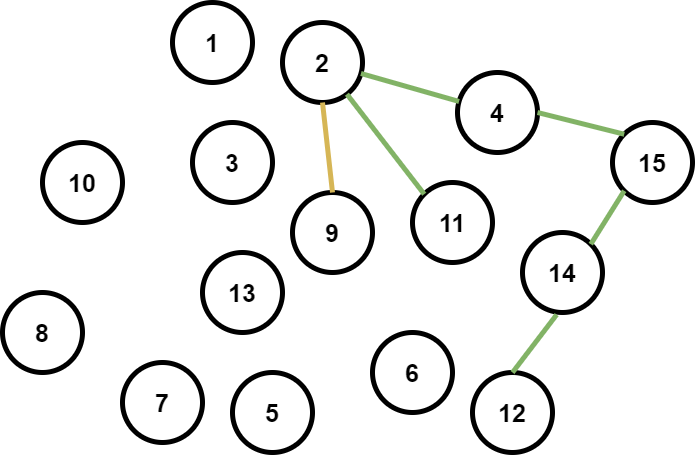
AED-IST-20-21/AirRoutes keeps this draw.io diagram as Relatório/images/15020D.png. Above is the earlier version. Source tidied: cells renumbered, new cells last; positions are measured from the earlier drawing's top-left corner, leaving out a move shared by most shapes. Its diagram source:
```xml
<mxGraphModel>
  <root>
    <mxCell id="0" />
    <mxCell id="1" parent="0" />
    <mxCell id="2" value="1" style="ellipse;whiteSpace=wrap;html=1;strokeWidth=5;fontSize=25;fontStyle=1;labelBorderColor=none;labelBackgroundColor=#FFFFFF;" parent="1" vertex="1">
      <mxGeometry x="170" width="80" height="80" as="geometry" />
    </mxCell>
    <mxCell id="3" value="3" style="ellipse;whiteSpace=wrap;html=1;strokeWidth=5;fontSize=25;fontStyle=1;labelBorderColor=none;labelBackgroundColor=#FFFFFF;" parent="1" vertex="1">
      <mxGeometry x="190" y="120" width="80" height="80" as="geometry" />
    </mxCell>
    <mxCell id="4" value="2" style="ellipse;whiteSpace=wrap;html=1;strokeWidth=5;fontSize=25;fontStyle=1;labelBorderColor=none;labelBackgroundColor=#FFFFFF;" parent="1" vertex="1">
      <mxGeometry x="280" y="20" width="80" height="80" as="geometry" />
    </mxCell>
    <mxCell id="5" value="4" style="ellipse;whiteSpace=wrap;html=1;strokeWidth=5;fontSize=25;fontStyle=1;labelBorderColor=none;labelBackgroundColor=#FFFFFF;" parent="1" vertex="1">
      <mxGeometry x="455" y="70" width="80" height="80" as="geometry" />
    </mxCell>
    <mxCell id="6" style="endArrow=none;html=1;strokeWidth=5;fontSize=25;fontStyle=1;labelBorderColor=none;labelBackgroundColor=#FFFFFF;fillColor=#d5e8d4;strokeColor=#82b366;" parent="1" edge="1" source="5" target="4">
      <mxGeometry relative="1" as="geometry" />
    </mxCell>
    <mxCell id="7" value="9" style="ellipse;whiteSpace=wrap;html=1;strokeWidth=5;fontSize=25;fontStyle=1;labelBorderColor=none;labelBackgroundColor=#FFFFFF;" parent="1" vertex="1">
      <mxGeometry x="290" y="190" width="80" height="80" as="geometry" />
    </mxCell>
    <mxCell id="8" value="11" style="ellipse;whiteSpace=wrap;html=1;strokeWidth=5;fontSize=25;fontStyle=1;labelBorderColor=none;labelBackgroundColor=#FFFFFF;" parent="1" vertex="1">
      <mxGeometry x="410" y="180" width="80" height="80" as="geometry" />
    </mxCell>
    <mxCell id="9" style="endArrow=none;html=1;exitX=0;exitY=0;exitDx=0;exitDy=0;strokeWidth=5;fontSize=25;fontStyle=1;labelBorderColor=none;labelBackgroundColor=#FFFFFF;fillColor=#d5e8d4;strokeColor=#82b366;" parent="1" edge="1" source="8" target="4">
      <mxGeometry relative="1" as="geometry" />
    </mxCell>
    <mxCell id="10" value="13" style="ellipse;whiteSpace=wrap;html=1;strokeWidth=5;fontSize=25;fontStyle=1;labelBorderColor=none;labelBackgroundColor=#FFFFFF;" parent="1" vertex="1">
      <mxGeometry x="200" y="250" width="80" height="80" as="geometry" />
    </mxCell>
    <mxCell id="11" value="15" style="ellipse;whiteSpace=wrap;html=1;strokeWidth=5;fontSize=25;fontStyle=1;labelBorderColor=none;labelBackgroundColor=#FFFFFF;" parent="1" vertex="1">
      <mxGeometry x="610" y="120" width="80" height="80" as="geometry" />
    </mxCell>
    <mxCell id="12" style="endArrow=none;html=1;entryX=1;entryY=0.5;entryDx=0;entryDy=0;exitX=0;exitY=0;exitDx=0;exitDy=0;strokeWidth=5;fontSize=25;fontStyle=1;labelBorderColor=none;labelBackgroundColor=#FFFFFF;fillColor=#d5e8d4;strokeColor=#82b366;" parent="1" edge="1" source="11" target="5">
      <mxGeometry relative="1" as="geometry" />
    </mxCell>
    <mxCell id="13" value="5" style="ellipse;whiteSpace=wrap;html=1;strokeWidth=5;fontSize=25;fontStyle=1;labelBorderColor=none;labelBackgroundColor=#FFFFFF;" parent="1" vertex="1">
      <mxGeometry x="230" y="370" width="80" height="80" as="geometry" />
    </mxCell>
    <mxCell id="14" value="6" style="ellipse;whiteSpace=wrap;html=1;strokeWidth=5;fontSize=25;fontStyle=1;labelBorderColor=none;labelBackgroundColor=#FFFFFF;" parent="1" vertex="1">
      <mxGeometry x="370" y="330" width="80" height="80" as="geometry" />
    </mxCell>
    <mxCell id="15" value="7" style="ellipse;whiteSpace=wrap;html=1;strokeWidth=5;fontSize=25;fontStyle=1;labelBorderColor=none;labelBackgroundColor=#FFFFFF;" parent="1" vertex="1">
      <mxGeometry x="120" y="360" width="80" height="80" as="geometry" />
    </mxCell>
    <mxCell id="16" value="8" style="ellipse;whiteSpace=wrap;html=1;strokeWidth=5;fontSize=25;fontStyle=1;labelBorderColor=none;labelBackgroundColor=#FFFFFF;" parent="1" vertex="1">
      <mxGeometry y="290" width="80" height="80" as="geometry" />
    </mxCell>
    <mxCell id="17" value="10" style="ellipse;whiteSpace=wrap;html=1;strokeWidth=5;fontSize=25;fontStyle=1;labelBorderColor=none;labelBackgroundColor=#FFFFFF;" parent="1" vertex="1">
      <mxGeometry x="40" y="140" width="80" height="80" as="geometry" />
    </mxCell>
    <mxCell id="18" style="endArrow=none;html=1;exitX=0.5;exitY=1;exitDx=0;exitDy=0;entryX=0.5;entryY=0;entryDx=0;entryDy=0;strokeWidth=5;fontSize=25;fontStyle=1;labelBorderColor=none;labelBackgroundColor=#FFFFFF;fillColor=#fff2cc;strokeColor=#d6b656;" parent="1" edge="1" source="4" target="7">
      <mxGeometry relative="1" as="geometry" />
    </mxCell>
    <mxCell id="19" value="12" style="ellipse;whiteSpace=wrap;html=1;strokeWidth=5;fontSize=25;fontStyle=1;labelBorderColor=none;labelBackgroundColor=#FFFFFF;" parent="1" vertex="1">
      <mxGeometry x="470" y="370" width="80" height="80" as="geometry" />
    </mxCell>
    <mxCell id="20" value="14" style="ellipse;whiteSpace=wrap;html=1;strokeWidth=5;fontSize=25;fontStyle=1;labelBorderColor=none;labelBackgroundColor=#FFFFFF;" parent="1" vertex="1">
      <mxGeometry x="520" y="230" width="80" height="80" as="geometry" />
    </mxCell>
    <mxCell id="21" style="endArrow=none;html=1;entryX=0.427;entryY=1.027;entryDx=0;entryDy=0;exitX=0.5;exitY=0;exitDx=0;exitDy=0;entryPerimeter=0;strokeWidth=5;fontSize=25;fontStyle=1;labelBorderColor=none;labelBackgroundColor=#FFFFFF;fillColor=#d5e8d4;strokeColor=#82b366;" parent="1" edge="1" source="19" target="20">
      <mxGeometry relative="1" as="geometry" />
    </mxCell>
    <mxCell id="22" style="endArrow=none;html=1;entryX=0;entryY=1;entryDx=0;entryDy=0;exitX=1;exitY=0;exitDx=0;exitDy=0;strokeWidth=5;fontSize=25;fontStyle=1;labelBorderColor=none;labelBackgroundColor=#FFFFFF;fillColor=#d5e8d4;strokeColor=#82b366;" parent="1" edge="1" source="20" target="11">
      <mxGeometry relative="1" as="geometry" />
    </mxCell>
  </root>
</mxGraphModel>
```
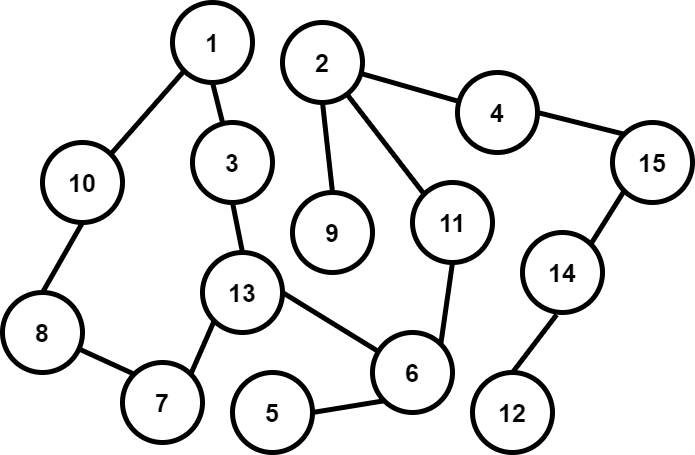
Later version of the same file.

The edit, as a diff of the source:
```diff
@@ -14,7 +14,7 @@
     <mxCell id="5" value="4" style="ellipse;whiteSpace=wrap;html=1;strokeWidth=5;fontSize=25;fontStyle=1;labelBorderColor=none;labelBackgroundColor=#FFFFFF;" parent="1" vertex="1">
       <mxGeometry x="455" y="70" width="80" height="80" as="geometry" />
     </mxCell>
-    <mxCell id="6" style="endArrow=none;html=1;strokeWidth=5;fontSize=25;fontStyle=1;labelBorderColor=none;labelBackgroundColor=#FFFFFF;fillColor=#d5e8d4;strokeColor=#82b366;" parent="1" edge="1" source="5" target="4">
+    <mxCell id="6" style="endArrow=none;html=1;strokeWidth=5;fontSize=25;fontStyle=1;labelBorderColor=none;labelBackgroundColor=#FFFFFF;" parent="1" edge="1" source="5" target="4">
       <mxGeometry relative="1" as="geometry" />
     </mxCell>
     <mxCell id="7" value="9" style="ellipse;whiteSpace=wrap;html=1;strokeWidth=5;fontSize=25;fontStyle=1;labelBorderColor=none;labelBackgroundColor=#FFFFFF;" parent="1" vertex="1">
@@ -23,16 +23,19 @@
     <mxCell id="8" value="11" style="ellipse;whiteSpace=wrap;html=1;strokeWidth=5;fontSize=25;fontStyle=1;labelBorderColor=none;labelBackgroundColor=#FFFFFF;" parent="1" vertex="1">
       <mxGeometry x="410" y="180" width="80" height="80" as="geometry" />
     </mxCell>
-    <mxCell id="9" style="endArrow=none;html=1;exitX=0;exitY=0;exitDx=0;exitDy=0;strokeWidth=5;fontSize=25;fontStyle=1;labelBorderColor=none;labelBackgroundColor=#FFFFFF;fillColor=#d5e8d4;strokeColor=#82b366;" parent="1" edge="1" source="8" target="4">
+    <mxCell id="9" style="endArrow=none;html=1;exitX=0;exitY=0;exitDx=0;exitDy=0;strokeWidth=5;fontSize=25;fontStyle=1;labelBorderColor=none;labelBackgroundColor=#FFFFFF;" parent="1" edge="1" source="8" target="4">
       <mxGeometry relative="1" as="geometry" />
     </mxCell>
     <mxCell id="10" value="13" style="ellipse;whiteSpace=wrap;html=1;strokeWidth=5;fontSize=25;fontStyle=1;labelBorderColor=none;labelBackgroundColor=#FFFFFF;" parent="1" vertex="1">
       <mxGeometry x="200" y="250" width="80" height="80" as="geometry" />
     </mxCell>
+    <mxCell id="23" style="endArrow=none;html=1;entryX=0.5;entryY=1;entryDx=0;entryDy=0;exitX=0.5;exitY=0;exitDx=0;exitDy=0;strokeWidth=5;fontSize=25;fontStyle=1;labelBorderColor=none;labelBackgroundColor=#FFFFFF;" parent="1" edge="1" source="10" target="3">
+      <mxGeometry relative="1" as="geometry" />
+    </mxCell>
     <mxCell id="11" value="15" style="ellipse;whiteSpace=wrap;html=1;strokeWidth=5;fontSize=25;fontStyle=1;labelBorderColor=none;labelBackgroundColor=#FFFFFF;" parent="1" vertex="1">
       <mxGeometry x="610" y="120" width="80" height="80" as="geometry" />
     </mxCell>
-    <mxCell id="12" style="endArrow=none;html=1;entryX=1;entryY=0.5;entryDx=0;entryDy=0;exitX=0;exitY=0;exitDx=0;exitDy=0;strokeWidth=5;fontSize=25;fontStyle=1;labelBorderColor=none;labelBackgroundColor=#FFFFFF;fillColor=#d5e8d4;strokeColor=#82b366;" parent="1" edge="1" source="11" target="5">
+    <mxCell id="12" style="endArrow=none;html=1;entryX=1;entryY=0.5;entryDx=0;entryDy=0;exitX=0;exitY=0;exitDx=0;exitDy=0;strokeWidth=5;fontSize=25;fontStyle=1;labelBorderColor=none;labelBackgroundColor=#FFFFFF;" parent="1" edge="1" source="11" target="5">
       <mxGeometry relative="1" as="geometry" />
     </mxCell>
     <mxCell id="13" value="5" style="ellipse;whiteSpace=wrap;html=1;strokeWidth=5;fontSize=25;fontStyle=1;labelBorderColor=none;labelBackgroundColor=#FFFFFF;" parent="1" vertex="1">
@@ -41,16 +44,28 @@
     <mxCell id="14" value="6" style="ellipse;whiteSpace=wrap;html=1;strokeWidth=5;fontSize=25;fontStyle=1;labelBorderColor=none;labelBackgroundColor=#FFFFFF;" parent="1" vertex="1">
       <mxGeometry x="370" y="330" width="80" height="80" as="geometry" />
     </mxCell>
+    <mxCell id="24" style="endArrow=none;html=1;exitX=1;exitY=0.5;exitDx=0;exitDy=0;entryX=0;entryY=1;entryDx=0;entryDy=0;strokeWidth=5;fontSize=25;fontStyle=1;labelBorderColor=none;labelBackgroundColor=#FFFFFF;" parent="1" edge="1" source="13" target="14">
+      <mxGeometry relative="1" as="geometry" />
+    </mxCell>
+    <mxCell id="25" style="endArrow=none;html=1;entryX=0.5;entryY=1;entryDx=0;entryDy=0;exitX=1;exitY=0;exitDx=0;exitDy=0;strokeWidth=5;fontSize=25;fontStyle=1;labelBorderColor=none;labelBackgroundColor=#FFFFFF;" parent="1" edge="1" source="14" target="8">
+      <mxGeometry relative="1" as="geometry" />
+    </mxCell>
+    <mxCell id="26" style="endArrow=none;html=1;entryX=1;entryY=0.5;entryDx=0;entryDy=0;strokeWidth=5;fontSize=25;fontStyle=1;labelBorderColor=none;labelBackgroundColor=#FFFFFF;" parent="1" edge="1" source="14" target="10">
+      <mxGeometry relative="1" as="geometry" />
+    </mxCell>
     <mxCell id="15" value="7" style="ellipse;whiteSpace=wrap;html=1;strokeWidth=5;fontSize=25;fontStyle=1;labelBorderColor=none;labelBackgroundColor=#FFFFFF;" parent="1" vertex="1">
       <mxGeometry x="120" y="360" width="80" height="80" as="geometry" />
     </mxCell>
     <mxCell id="16" value="8" style="ellipse;whiteSpace=wrap;html=1;strokeWidth=5;fontSize=25;fontStyle=1;labelBorderColor=none;labelBackgroundColor=#FFFFFF;" parent="1" vertex="1">
       <mxGeometry y="290" width="80" height="80" as="geometry" />
     </mxCell>
+    <mxCell id="27" style="endArrow=none;html=1;entryX=1;entryY=0;entryDx=0;entryDy=0;exitX=0;exitY=1;exitDx=0;exitDy=0;strokeWidth=5;fontSize=25;fontStyle=1;labelBorderColor=none;labelBackgroundColor=#FFFFFF;" parent="1" edge="1" source="10" target="15">
+      <mxGeometry relative="1" as="geometry" />
+    </mxCell>
     <mxCell id="17" value="10" style="ellipse;whiteSpace=wrap;html=1;strokeWidth=5;fontSize=25;fontStyle=1;labelBorderColor=none;labelBackgroundColor=#FFFFFF;" parent="1" vertex="1">
       <mxGeometry x="40" y="140" width="80" height="80" as="geometry" />
     </mxCell>
-    <mxCell id="18" style="endArrow=none;html=1;exitX=0.5;exitY=1;exitDx=0;exitDy=0;entryX=0.5;entryY=0;entryDx=0;entryDy=0;strokeWidth=5;fontSize=25;fontStyle=1;labelBorderColor=none;labelBackgroundColor=#FFFFFF;fillColor=#fff2cc;strokeColor=#d6b656;" parent="1" edge="1" source="4" target="7">
+    <mxCell id="18" style="endArrow=none;html=1;exitX=0.5;exitY=1;exitDx=0;exitDy=0;entryX=0.5;entryY=0;entryDx=0;entryDy=0;strokeWidth=5;fontSize=25;fontStyle=1;labelBorderColor=none;labelBackgroundColor=#FFFFFF;" parent="1" edge="1" source="4" target="7">
       <mxGeometry relative="1" as="geometry" />
     </mxCell>
     <mxCell id="19" value="12" style="ellipse;whiteSpace=wrap;html=1;strokeWidth=5;fontSize=25;fontStyle=1;labelBorderColor=none;labelBackgroundColor=#FFFFFF;" parent="1" vertex="1">
@@ -59,11 +74,25 @@
     <mxCell id="20" value="14" style="ellipse;whiteSpace=wrap;html=1;strokeWidth=5;fontSize=25;fontStyle=1;labelBorderColor=none;labelBackgroundColor=#FFFFFF;" parent="1" vertex="1">
       <mxGeometry x="520" y="230" width="80" height="80" as="geometry" />
     </mxCell>
-    <mxCell id="21" style="endArrow=none;html=1;entryX=0.427;entryY=1.027;entryDx=0;entryDy=0;exitX=0.5;exitY=0;exitDx=0;exitDy=0;entryPerimeter=0;strokeWidth=5;fontSize=25;fontStyle=1;labelBorderColor=none;labelBackgroundColor=#FFFFFF;fillColor=#d5e8d4;strokeColor=#82b366;" parent="1" edge="1" source="19" target="20">
+    <mxCell id="21" style="endArrow=none;html=1;entryX=0.427;entryY=1.027;entryDx=0;entryDy=0;exitX=0.5;exitY=0;exitDx=0;exitDy=0;entryPerimeter=0;strokeWidth=5;fontSize=25;fontStyle=1;labelBorderColor=none;labelBackgroundColor=#FFFFFF;" parent="1" edge="1" source="19" target="20">
       <mxGeometry relative="1" as="geometry" />
     </mxCell>
-    <mxCell id="22" style="endArrow=none;html=1;entryX=0;entryY=1;entryDx=0;entryDy=0;exitX=1;exitY=0;exitDx=0;exitDy=0;strokeWidth=5;fontSize=25;fontStyle=1;labelBorderColor=none;labelBackgroundColor=#FFFFFF;fillColor=#d5e8d4;strokeColor=#82b366;" parent="1" edge="1" source="20" target="11">
+    <mxCell id="22" style="endArrow=none;html=1;entryX=0;entryY=1;entryDx=0;entryDy=0;exitX=1;exitY=0;exitDx=0;exitDy=0;strokeWidth=5;fontSize=25;fontStyle=1;labelBorderColor=none;labelBackgroundColor=#FFFFFF;" parent="1" edge="1" source="20" target="11">
       <mxGeometry relative="1" as="geometry" />
     </mxCell>
+    <mxCell id="28" style="endArrow=none;html=1;entryX=0.5;entryY=1;entryDx=0;entryDy=0;strokeWidth=5;fontSize=25;fontStyle=1;labelBorderColor=none;labelBackgroundColor=#FFFFFF;" parent="1" edge="1" source="3" target="2">
+      <mxGeometry relative="1" as="geometry" />
+    </mxCell>
+    <mxCell id="29" style="endArrow=none;html=1;entryX=0;entryY=0;entryDx=0;entryDy=0;strokeWidth=5;fontSize=25;fontStyle=1;labelBorderColor=none;labelBackgroundColor=#FFFFFF;" parent="1" edge="1" source="16" target="15">
+      <mxGeometry relative="1" as="geometry" />
+    </mxCell>
+    <mxCell id="30" style="endArrow=none;html=1;entryX=0;entryY=1;entryDx=0;entryDy=0;exitX=1;exitY=0;exitDx=0;exitDy=0;strokeWidth=5;fontSize=25;fontStyle=1;labelBorderColor=none;labelBackgroundColor=#FFFFFF;" parent="1" edge="1" source="17" target="2">
+      <mxGeometry relative="1" as="geometry" />
+    </mxCell>
+    <mxCell id="31" style="endArrow=none;html=1;entryX=0.5;entryY=1;entryDx=0;entryDy=0;strokeWidth=5;fontSize=25;fontStyle=1;labelBorderColor=none;labelBackgroundColor=#FFFFFF;" parent="1" edge="1" target="17">
+      <mxGeometry relative="1" as="geometry">
+        <mxPoint x="40" y="290" as="sourcePoint" />
+      </mxGeometry>
+    </mxCell>
   </root>
 </mxGraphModel>
```
